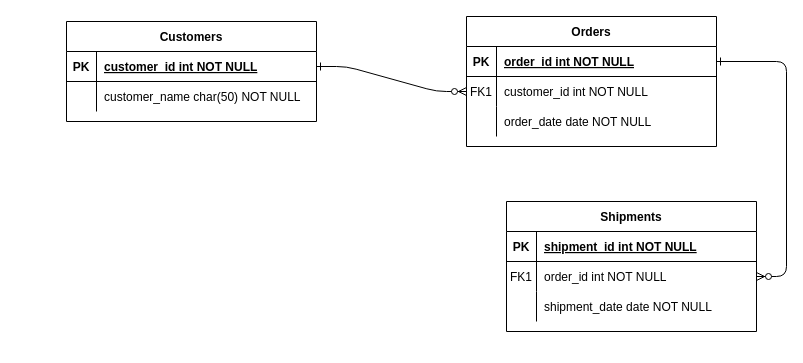
josdahuqui1992/Prueba keeps this draw.io diagram as page "Page-1" (1 of 2) of Diagrama sin título.drawio. Above is the earlier version. Source tidied: cells renumbered, new cells numbered last; positions are measured from the earlier drawing's top-left corner, leaving out a move shared by most shapes. Both pictures are drawn from the tidied source at 100%, with x=0, y=0 at pixel (66, 16).
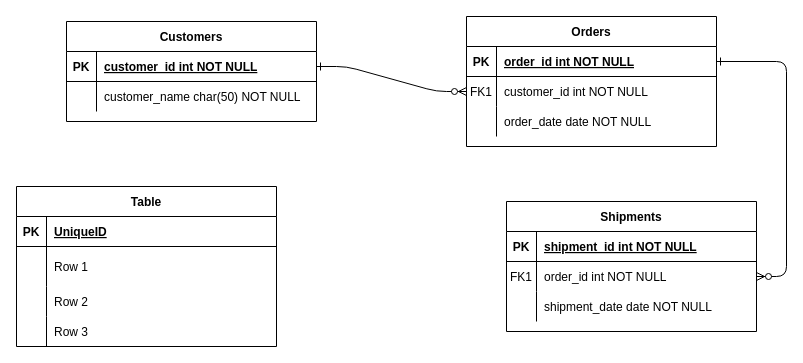
The same page after the edit.

Change to the diagram source:
```diff
@@
+    <mxCell id="31" value="Table" style="shape=table;startSize=30;childLayout=tableLayout;rowLines=0;fontStyle=1;align=center;" parent="1" vertex="1">
+      <mxGeometry x="-50" y="170" width="260" height="160" as="geometry" />
+    </mxCell>
+    <mxCell id="32" style="shape=tableRow;horizontal=0;startSize=0;swimlaneHead=0;swimlaneBody=0;fillColor=none;top=0;left=0;right=0;bottom=1;" parent="31" vertex="1">
+      <mxGeometry y="30" width="260" height="30" as="geometry" />
+    </mxCell>
+    <mxCell id="33" value="PK" style="shape=partialRectangle;fillColor=none;top=0;left=0;bottom=0;right=0;fontStyle=1;overflow=hidden;" parent="32" vertex="1">
+      <mxGeometry width="30" height="30" as="geometry" />
+    </mxCell>
+    <mxCell id="34" value="UniqueID" style="shape=partialRectangle;fillColor=none;top=0;left=0;bottom=0;right=0;align=left;spacingLeft=6;fontStyle=5;overflow=hidden;" parent="32" vertex="1">
+      <mxGeometry x="30" width="230" height="30" as="geometry" />
+    </mxCell>
+    <mxCell id="35" style="shape=tableRow;horizontal=0;startSize=0;swimlaneHead=0;swimlaneBody=0;fillColor=none;top=0;left=0;right=0;bottom=0;" parent="31" vertex="1">
+      <mxGeometry y="60" width="260" height="40" as="geometry" />
+    </mxCell>
+    <mxCell id="36" style="shape=partialRectangle;fillColor=none;top=0;left=0;bottom=0;right=0;overflow=hidden;" parent="35" vertex="1">
+      <mxGeometry width="30" height="40" as="geometry" />
+    </mxCell>
+    <mxCell id="37" value="Row 1" style="shape=partialRectangle;fillColor=none;top=0;left=0;bottom=0;right=0;align=left;spacingLeft=6;overflow=hidden;" parent="35" vertex="1">
+      <mxGeometry x="30" width="230" height="40" as="geometry" />
+    </mxCell>
+    <mxCell id="38" style="shape=tableRow;horizontal=0;startSize=0;swimlaneHead=0;swimlaneBody=0;fillColor=none;top=0;left=0;right=0;bottom=0;" parent="31" vertex="1">
+      <mxGeometry y="100" width="260" height="30" as="geometry" />
+    </mxCell>
+    <mxCell id="39" style="shape=partialRectangle;fillColor=none;top=0;left=0;bottom=0;right=0;overflow=hidden;" parent="38" vertex="1">
+      <mxGeometry width="30" height="30" as="geometry" />
+    </mxCell>
+    <mxCell id="40" value="Row 2" style="shape=partialRectangle;fillColor=none;top=0;left=0;bottom=0;right=0;align=left;spacingLeft=6;overflow=hidden;" parent="38" vertex="1">
+      <mxGeometry x="30" width="230" height="30" as="geometry" />
+    </mxCell>
+    <mxCell id="41" style="shape=tableRow;horizontal=0;startSize=0;swimlaneHead=0;swimlaneBody=0;fillColor=none;top=0;left=0;right=0;bottom=0;" parent="31" vertex="1">
+      <mxGeometry y="130" width="260" height="30" as="geometry" />
+    </mxCell>
+    <mxCell id="42" style="shape=partialRectangle;fillColor=none;top=0;left=0;bottom=0;right=0;overflow=hidden;" parent="41" vertex="1">
+      <mxGeometry width="30" height="30" as="geometry" />
+    </mxCell>
+    <mxCell id="43" value="Row 3" style="shape=partialRectangle;fillColor=none;top=0;left=0;bottom=0;right=0;align=left;spacingLeft=6;overflow=hidden;" parent="41" vertex="1">
+      <mxGeometry x="30" width="230" height="30" as="geometry" />
+    </mxCell>
```
